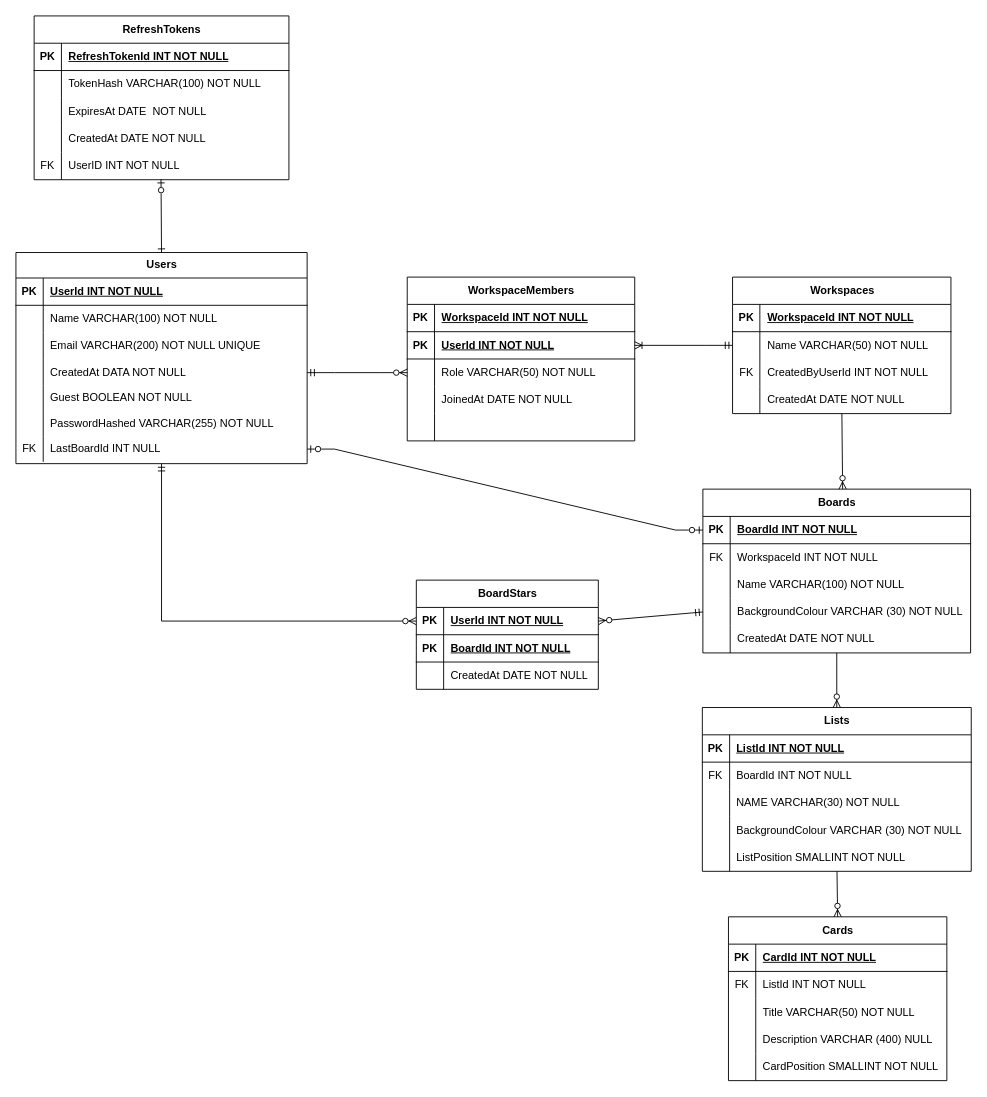
Above: DatabaseFilesAndDesign/DatabaseDesign.drawio in maninder56/Planner-Web-App (draw.io), before the change. Source tidied: cells renumbered, new cells numbered last; positions are measured from the earlier drawing's top-left corner, leaving out a move shared by most shapes. Both pictures are drawn from the tidied source at 91%, with x=0, y=0 at pixel (15, 15).
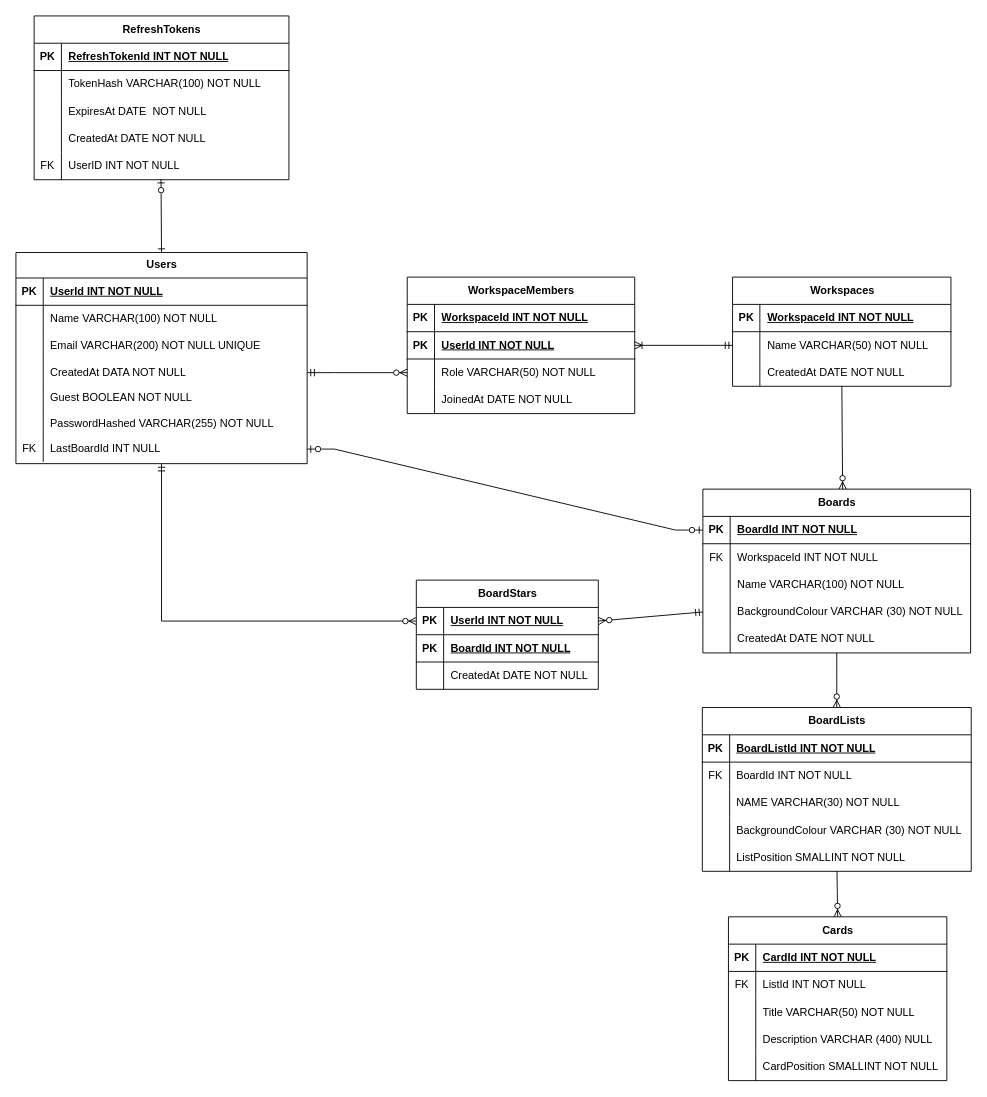
The same page after the edit.

Commit message (it also covers changes not shown here):
Renamed List table name to BoardLists

Unchanged cells that the change refers to:
```xml
<mxCell id="87" style="shape=tableRow;horizontal=0;startSize=0;swimlaneHead=0;swimlaneBody=0;fillColor=none;top=0;left=0;right=0;bottom=1;" parent="86" vertex="1">
  <mxGeometry y="30" width="295.5" height="30" as="geometry" />
</mxCell>
```

The edit, as a diff of the source:
```diff
@@
     <mxCell id="41" value="Workspaces" style="shape=table;startSize=30;childLayout=tableLayout;rowLines=0;fontStyle=1;align=center;html=1;" parent="1" vertex="1">
-      <mxGeometry x="787.5" y="287" width="240" height="150" as="geometry" />
+      <mxGeometry x="787.5" y="287" width="240" height="120" as="geometry" />
     </mxCell>
@@
-    <mxCell id="48" style="shape=tableRow;horizontal=0;startSize=0;swimlaneHead=0;swimlaneBody=0;fillColor=none;top=0;left=0;right=0;bottom=0;" parent="41" vertex="1">
-      <mxGeometry y="90" width="240" height="30" as="geometry" />
-    </mxCell>
-    <mxCell id="49" value="FK" style="shape=partialRectangle;fillColor=none;top=0;left=0;bottom=0;right=0;overflow=hidden;whiteSpace=wrap;html=1;" parent="48" vertex="1">
-      <mxGeometry width="30" height="30" as="geometry" />
-    </mxCell>
-    <mxCell id="50" value="CreatedByUserId INT NOT NULL" style="shape=partialRectangle;fillColor=none;top=0;left=0;bottom=0;right=0;align=left;spacingLeft=6;overflow=hidden;whiteSpace=wrap;html=1;" parent="48" vertex="1">
-      <mxGeometry x="30" width="210" height="30" as="geometry" />
-    </mxCell>
     <mxCell id="51" style="shape=tableRow;horizontal=0;startSize=0;swimlaneHead=0;swimlaneBody=0;fillColor=none;points=[[0,0.5],[1,0.5]];portConstraint=eastwest;top=0;left=0;right=0;bottom=0;" parent="41" vertex="1">
-      <mxGeometry y="120" width="240" height="30" as="geometry" />
+      <mxGeometry y="90" width="240" height="30" as="geometry" />
     </mxCell>
@@
     <mxCell id="54" value="WorkspaceMembers" style="shape=table;startSize=30;childLayout=tableLayout;rowLines=0;fontStyle=1;align=center;html=1;" parent="1" vertex="1">
-      <mxGeometry x="430" y="287" width="250" height="180" as="geometry" />
+      <mxGeometry x="430" y="287" width="250" height="150" as="geometry" />
     </mxCell>
@@
-    <mxCell id="67" style="shape=tableRow;horizontal=0;startSize=0;swimlaneHead=0;swimlaneBody=0;fillColor=none;top=0;left=0;right=0;bottom=0;" parent="54" vertex="1">
-      <mxGeometry y="150" width="250" height="30" as="geometry" />
-    </mxCell>
-    <mxCell id="68" style="shape=partialRectangle;fillColor=none;top=0;left=0;bottom=0;right=0;overflow=hidden;whiteSpace=wrap;html=1;" parent="67" vertex="1">
-      <mxGeometry width="30" height="30" as="geometry" />
-    </mxCell>
-    <mxCell id="69" style="shape=partialRectangle;fillColor=none;top=0;left=0;bottom=0;right=0;align=left;spacingLeft=6;overflow=hidden;whiteSpace=wrap;html=1;" parent="67" vertex="1">
-      <mxGeometry x="30" width="220" height="30" as="geometry" />
-    </mxCell>
@@
-    <mxCell id="86" value="Lists" style="shape=table;startSize=30;childLayout=tableLayout;rowLines=0;fontStyle=1;align=center;html=1;" parent="1" vertex="1">
+    <mxCell id="86" value="BoardLists" style="shape=table;startSize=30;childLayout=tableLayout;rowLines=0;fontStyle=1;align=center;html=1;" parent="1" vertex="1">
       <mxGeometry x="754.3" y="760" width="295.5" height="180" as="geometry" />
     </mxCell>
@@
-    <mxCell id="89" value="ListId INT NOT NULL" style="shape=partialRectangle;fillColor=none;top=0;left=0;bottom=0;right=0;align=left;spacingLeft=6;fontStyle=5;overflow=hidden;whiteSpace=wrap;html=1;" parent="87" vertex="1">
+    <mxCell id="89" value="BoardListId INT NOT NULL" style="shape=partialRectangle;fillColor=none;top=0;left=0;bottom=0;right=0;align=left;spacingLeft=6;fontStyle=5;overflow=hidden;whiteSpace=wrap;html=1;" parent="87" vertex="1">
       <mxGeometry x="30" width="265.5" height="30" as="geometry" />
     </mxCell>
```
